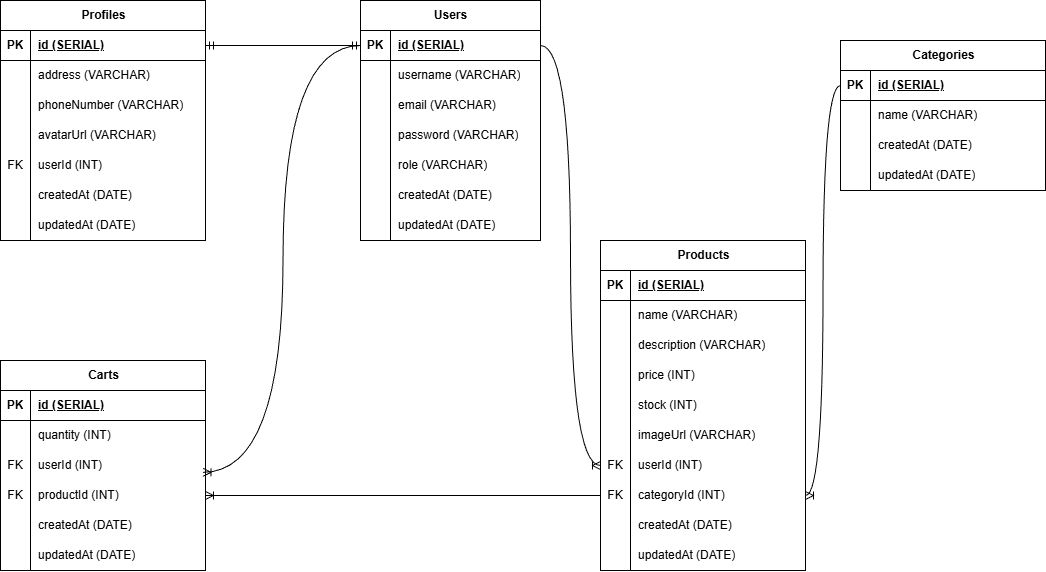
This is ERD-pair-project.drawio.png from ahmadjutrzenka/pair-project-rama-zenka, a draw.io export, as it was before one commit. Source tidied: cells renumbered, new cells last; positions are measured from the earlier drawing's top-left corner, leaving out a move shared by most shapes.
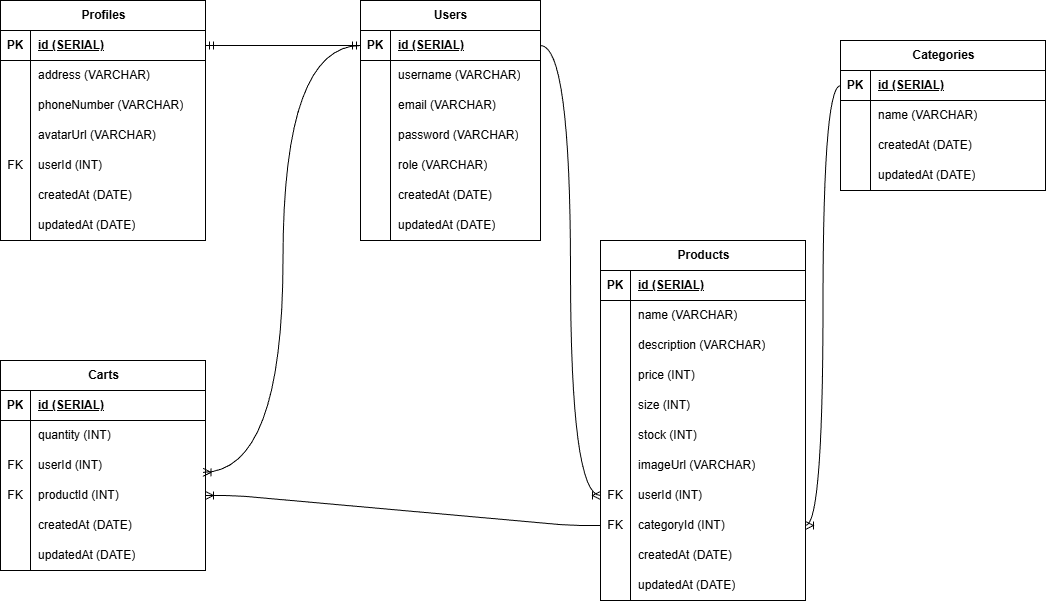
Later version of the same file.

Diff of the diagram source:
```diff
@@ -174,7 +174,7 @@
       <mxGeometry x="30" width="175" height="30" as="geometry" />
     </mxCell>
     <mxCell id="59" value="Products" style="shape=table;startSize=30;rowLines=0;fontStyle=1;align=center;html=1;" parent="1" vertex="1">
-      <mxGeometry x="600" y="240" width="205" height="330" as="geometry" />
+      <mxGeometry x="600" y="240" width="205" height="360" as="geometry" />
     </mxCell>
     <mxCell id="60" style="shape=tableRow;horizontal=0;startSize=0;swimlaneHead=0;swimlaneBody=0;fillColor=none;top=0;left=0;right=0;bottom=1;" parent="59" vertex="1">
       <mxGeometry y="30" width="205" height="30" as="geometry" />
@@ -212,8 +212,17 @@
     <mxCell id="71" value="price (INT)" style="shape=partialRectangle;fillColor=none;top=0;left=0;bottom=0;right=0;align=left;spacingLeft=6;overflow=hidden;whiteSpace=wrap;html=1;" parent="69" vertex="1">
       <mxGeometry x="30" width="175" height="30" as="geometry" />
     </mxCell>
+    <mxCell id="114" style="shape=tableRow;horizontal=0;startSize=0;swimlaneHead=0;swimlaneBody=0;fillColor=none;top=0;left=0;right=0;bottom=0;" parent="59" vertex="1">
+      <mxGeometry y="150" width="205" height="30" as="geometry" />
+    </mxCell>
+    <mxCell id="115" style="shape=partialRectangle;fillColor=none;top=0;left=0;bottom=0;right=0;overflow=hidden;whiteSpace=wrap;html=1;" parent="114" vertex="1">
+      <mxGeometry width="30" height="30" as="geometry" />
+    </mxCell>
+    <mxCell id="116" value="size (INT)" style="shape=partialRectangle;fillColor=none;top=0;left=0;bottom=0;right=0;align=left;spacingLeft=6;overflow=hidden;whiteSpace=wrap;html=1;" parent="114" vertex="1">
+      <mxGeometry x="30" width="175" height="30" as="geometry" />
+    </mxCell>
     <mxCell id="72" style="shape=tableRow;horizontal=0;startSize=0;swimlaneHead=0;swimlaneBody=0;fillColor=none;top=0;left=0;right=0;bottom=0;" parent="59" vertex="1">
-      <mxGeometry y="150" width="205" height="30" as="geometry" />
+      <mxGeometry y="180" width="205" height="30" as="geometry" />
     </mxCell>
     <mxCell id="73" style="shape=partialRectangle;fillColor=none;top=0;left=0;bottom=0;right=0;overflow=hidden;whiteSpace=wrap;html=1;" parent="72" vertex="1">
       <mxGeometry width="30" height="30" as="geometry" />
@@ -222,7 +231,7 @@
       <mxGeometry x="30" width="175" height="30" as="geometry" />
     </mxCell>
     <mxCell id="75" style="shape=tableRow;horizontal=0;startSize=0;swimlaneHead=0;swimlaneBody=0;fillColor=none;top=0;left=0;right=0;bottom=0;" parent="59" vertex="1">
-      <mxGeometry y="180" width="205" height="30" as="geometry" />
+      <mxGeometry y="210" width="205" height="30" as="geometry" />
     </mxCell>
     <mxCell id="76" style="shape=partialRectangle;fillColor=none;top=0;left=0;bottom=0;right=0;overflow=hidden;whiteSpace=wrap;html=1;" parent="75" vertex="1">
       <mxGeometry width="30" height="30" as="geometry" />
@@ -231,7 +240,7 @@
       <mxGeometry x="30" width="175" height="30" as="geometry" />
     </mxCell>
     <mxCell id="78" style="shape=tableRow;horizontal=0;startSize=0;swimlaneHead=0;swimlaneBody=0;fillColor=none;points=[[0,0.5],[1,0.5]];portConstraint=eastwest;top=0;left=0;right=0;bottom=0;" parent="59" vertex="1">
-      <mxGeometry y="210" width="205" height="30" as="geometry" />
+      <mxGeometry y="240" width="205" height="30" as="geometry" />
     </mxCell>
     <mxCell id="79" value="FK" style="shape=partialRectangle;fillColor=none;top=0;left=0;bottom=0;right=0;overflow=hidden;whiteSpace=wrap;html=1;" parent="78" vertex="1">
       <mxGeometry width="30" height="30" as="geometry" />
@@ -240,7 +249,7 @@
       <mxGeometry x="30" width="175" height="30" as="geometry" />
     </mxCell>
     <mxCell id="81" style="shape=tableRow;horizontal=0;startSize=0;swimlaneHead=0;swimlaneBody=0;fillColor=none;points=[[0,0.5],[1,0.5]];portConstraint=eastwest;top=0;left=0;right=0;bottom=0;" parent="59" vertex="1">
-      <mxGeometry y="240" width="205" height="30" as="geometry" />
+      <mxGeometry y="270" width="205" height="30" as="geometry" />
     </mxCell>
     <mxCell id="82" value="FK" style="shape=partialRectangle;fillColor=none;top=0;left=0;bottom=0;right=0;overflow=hidden;whiteSpace=wrap;html=1;" parent="81" vertex="1">
       <mxGeometry width="30" height="30" as="geometry" />
@@ -249,7 +258,7 @@
       <mxGeometry x="30" width="175" height="30" as="geometry" />
     </mxCell>
     <mxCell id="84" style="shape=tableRow;horizontal=0;startSize=0;swimlaneHead=0;swimlaneBody=0;fillColor=none;top=0;left=0;right=0;bottom=0;" parent="59" vertex="1">
-      <mxGeometry y="270" width="205" height="30" as="geometry" />
+      <mxGeometry y="300" width="205" height="30" as="geometry" />
     </mxCell>
     <mxCell id="85" style="shape=partialRectangle;fillColor=none;top=0;left=0;bottom=0;right=0;overflow=hidden;whiteSpace=wrap;html=1;" parent="84" vertex="1">
       <mxGeometry width="30" height="30" as="geometry" />
@@ -258,7 +267,7 @@
       <mxGeometry x="30" width="175" height="30" as="geometry" />
     </mxCell>
     <mxCell id="87" style="shape=tableRow;horizontal=0;startSize=0;swimlaneHead=0;swimlaneBody=0;fillColor=none;top=0;left=0;right=0;bottom=0;" parent="59" vertex="1">
-      <mxGeometry y="300" width="205" height="30" as="geometry" />
+      <mxGeometry y="330" width="205" height="30" as="geometry" />
     </mxCell>
     <mxCell id="88" style="shape=partialRectangle;fillColor=none;top=0;left=0;bottom=0;right=0;overflow=hidden;whiteSpace=wrap;html=1;" parent="87" vertex="1">
       <mxGeometry width="30" height="30" as="geometry" />
```
